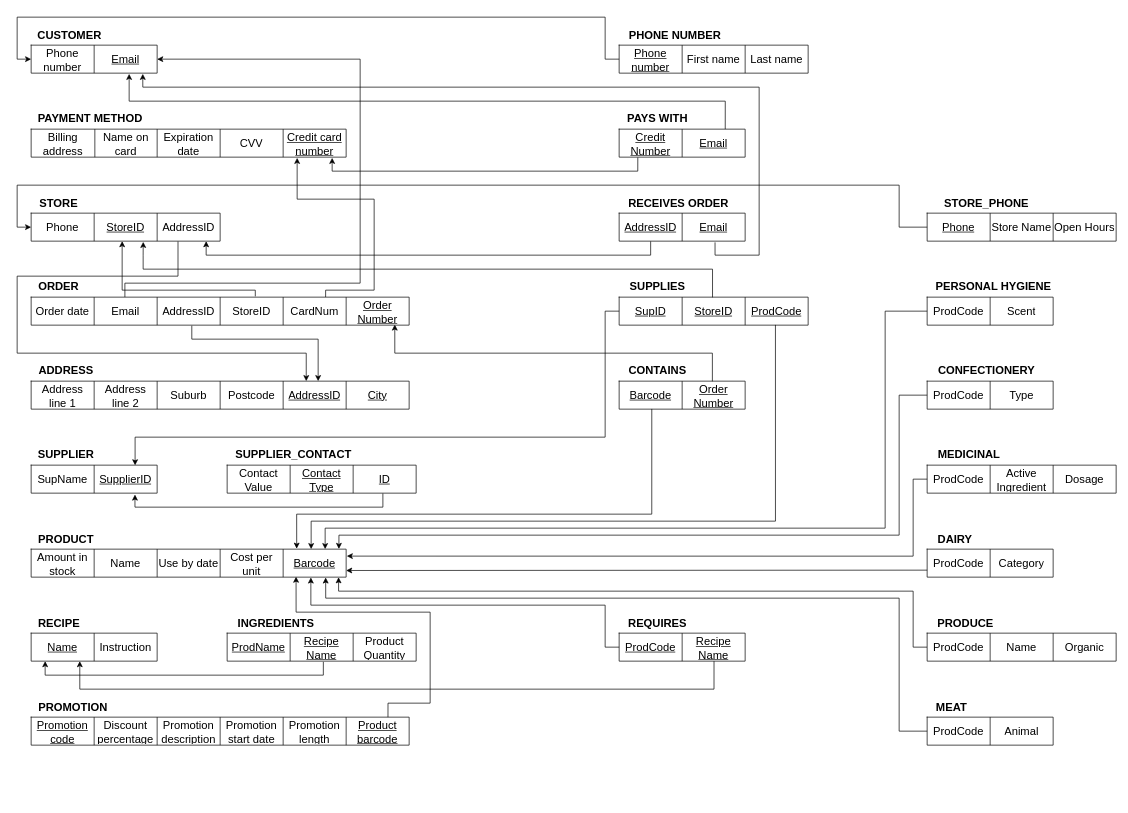
The draw.io diagram normalised-schema.drawio in ThibaudARoy/Group5EntityRelationshipDiagram, before the edit. Source tidied: cells renumbered, new cells numbered last; positions are measured from the earlier drawing's top-left corner, leaving out a move shared by most shapes. Both pictures are drawn from the tidied source at 70%, with x=0, y=0 at pixel (17, 17).
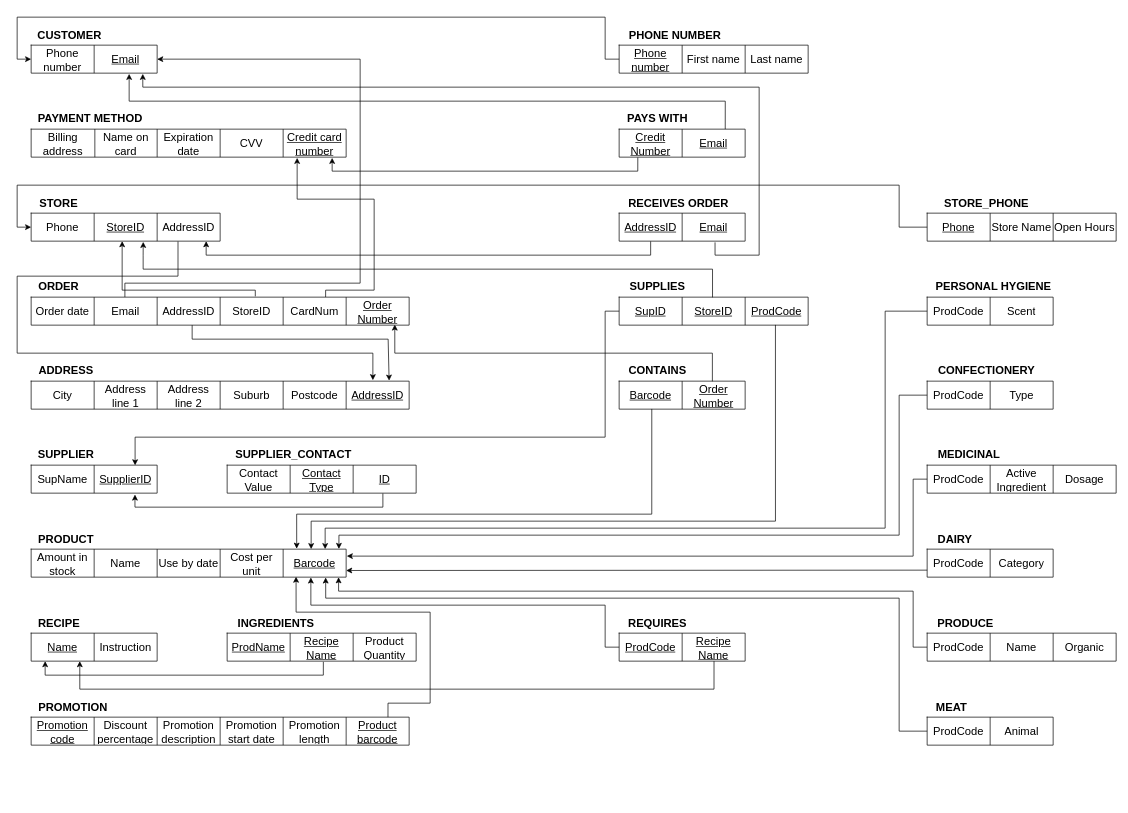
The same page after the edit.

Commit message:
Complete Schema

The change refers to these unchanged cells:
```xml
<mxCell id="13" style="shape=tableRow;horizontal=0;startSize=0;swimlaneHead=0;swimlaneBody=0;strokeColor=inherit;top=0;left=0;bottom=0;right=0;fillColor=none;points=[[0,0.5],[1,0.5]];portConstraint=eastwest;fontSize=16;" parent="12" vertex="1">
  <mxGeometry width="540" height="40" as="geometry" />
</mxCell>
<mxCell id="167" style="shape=tableRow;horizontal=0;startSize=0;swimlaneHead=0;swimlaneBody=0;strokeColor=inherit;top=0;left=0;bottom=0;right=0;fillColor=none;points=[[0,0.5],[1,0.5]];portConstraint=eastwest;fontSize=16;" parent="166" vertex="1">
  <mxGeometry width="540" height="40" as="geometry" />
</mxCell>
<mxCell id="182" style="shape=tableRow;horizontal=0;startSize=0;swimlaneHead=0;swimlaneBody=0;strokeColor=inherit;top=0;left=0;bottom=0;right=0;fillColor=none;points=[[0,0.5],[1,0.5]];portConstraint=eastwest;fontSize=16;" parent="181" vertex="1">
  <mxGeometry width="270" height="40" as="geometry" />
</mxCell>
```

Diff of the diagram source:
```diff
@@
+    <mxCell id="19" value="City" style="shape=partialRectangle;html=1;whiteSpace=wrap;strokeColor=inherit;overflow=hidden;fillColor=none;top=0;left=0;bottom=0;right=0;fontSize=16;" parent="13" vertex="1">
+      <mxGeometry width="90" height="40" as="geometry" />
+    </mxCell>
     <mxCell id="14" value="Address line 1" style="shape=partialRectangle;html=1;whiteSpace=wrap;strokeColor=inherit;overflow=hidden;fillColor=none;top=0;left=0;bottom=0;right=0;fontSize=16;" parent="13" vertex="1">
-      <mxGeometry width="90" height="40" as="geometry" />
+      <mxGeometry x="90" width="90" height="40" as="geometry" />
     </mxCell>
     <mxCell id="15" value="Address line 2" style="shape=partialRectangle;html=1;whiteSpace=wrap;strokeColor=inherit;overflow=hidden;fillColor=none;top=0;left=0;bottom=0;right=0;fontSize=16;" parent="13" vertex="1">
-      <mxGeometry x="90" width="90" height="40" as="geometry" />
+      <mxGeometry x="180" width="90" height="40" as="geometry" />
     </mxCell>
     <mxCell id="16" value="Suburb" style="shape=partialRectangle;html=1;whiteSpace=wrap;strokeColor=inherit;overflow=hidden;fillColor=none;top=0;left=0;bottom=0;right=0;fontSize=16;" parent="13" vertex="1">
-      <mxGeometry x="180" width="90" height="40" as="geometry" />
+      <mxGeometry x="270" width="90" height="40" as="geometry" />
     </mxCell>
     <mxCell id="17" value="Postcode" style="shape=partialRectangle;html=1;whiteSpace=wrap;strokeColor=inherit;overflow=hidden;fillColor=none;top=0;left=0;bottom=0;right=0;fontSize=16;fontStyle=0;" parent="13" vertex="1">
-      <mxGeometry x="270" width="90" height="40" as="geometry" />
+      <mxGeometry x="360" width="90" height="40" as="geometry" />
     </mxCell>
     <mxCell id="18" value="AddressID" style="shape=partialRectangle;html=1;whiteSpace=wrap;strokeColor=inherit;overflow=hidden;fillColor=none;top=0;left=0;bottom=0;right=0;fontSize=16;fontStyle=4;" parent="13" vertex="1">
-      <mxGeometry x="360" width="90" height="40" as="geometry" />
+      <mxGeometry x="450" width="90" height="40" as="geometry" />
     </mxCell>
-    <mxCell id="19" value="City" style="shape=partialRectangle;html=1;whiteSpace=wrap;strokeColor=inherit;overflow=hidden;fillColor=none;top=0;left=0;bottom=0;right=0;fontSize=16;fontStyle=4;" parent="13" vertex="1">
-      <mxGeometry x="450" width="90" height="40" as="geometry" />
-    </mxCell>
@@
-    <mxCell id="119" style="edgeStyle=orthogonalEdgeStyle;rounded=0;jettySize=auto;html=1;exitX=0.777;exitY=1.007;exitDx=0;exitDy=0;exitPerimeter=0;" parent="1" edge="1" source="182">
+    <mxCell id="119" style="edgeStyle=orthogonalEdgeStyle;rounded=0;jettySize=auto;html=1;exitX=0.777;exitY=1.007;exitDx=0;exitDy=0;exitPerimeter=0;entryX=0.904;entryY=-0.034;entryDx=0;entryDy=0;entryPerimeter=0;" parent="1" edge="1" source="182" target="13">
       <mxGeometry relative="1" as="geometry">
-        <mxPoint x="413" y="520" as="targetPoint" />
         <Array as="points">
           <mxPoint x="230" y="370" />
           <mxPoint y="370" />
           <mxPoint y="480" />
-          <mxPoint x="413" y="480" />
+          <mxPoint x="508" y="480" />
         </Array>
       </mxGeometry>
     </mxCell>
@@
-    <mxCell id="124" style="edgeStyle=orthogonalEdgeStyle;rounded=0;jettySize=auto;html=1;exitX=0.425;exitY=1.016;exitDx=0;exitDy=0;exitPerimeter=0;" parent="1" edge="1" source="167">
-      <mxGeometry relative="1" as="geometry">
-        <mxPoint x="430" y="520" as="targetPoint" />
-        <Array as="points">
-          <mxPoint x="250" y="460" />
-          <mxPoint x="430" y="460" />
-          <mxPoint x="430" y="520" />
-        </Array>
-      </mxGeometry>
-    </mxCell>
@@
+    <mxCell id="193" style="endArrow=classic;html=1;rounded=0;entryX=0.947;entryY=-0.019;entryDx=0;entryDy=0;entryPerimeter=0;" parent="1" edge="1" target="13">
+      <mxGeometry relative="1" as="geometry">
+        <mxPoint x="250" y="440" as="sourcePoint" />
+        <Array as="points">
+          <mxPoint x="250" y="460" />
+          <mxPoint x="530" y="460" />
+        </Array>
+      </mxGeometry>
+    </mxCell>
```
